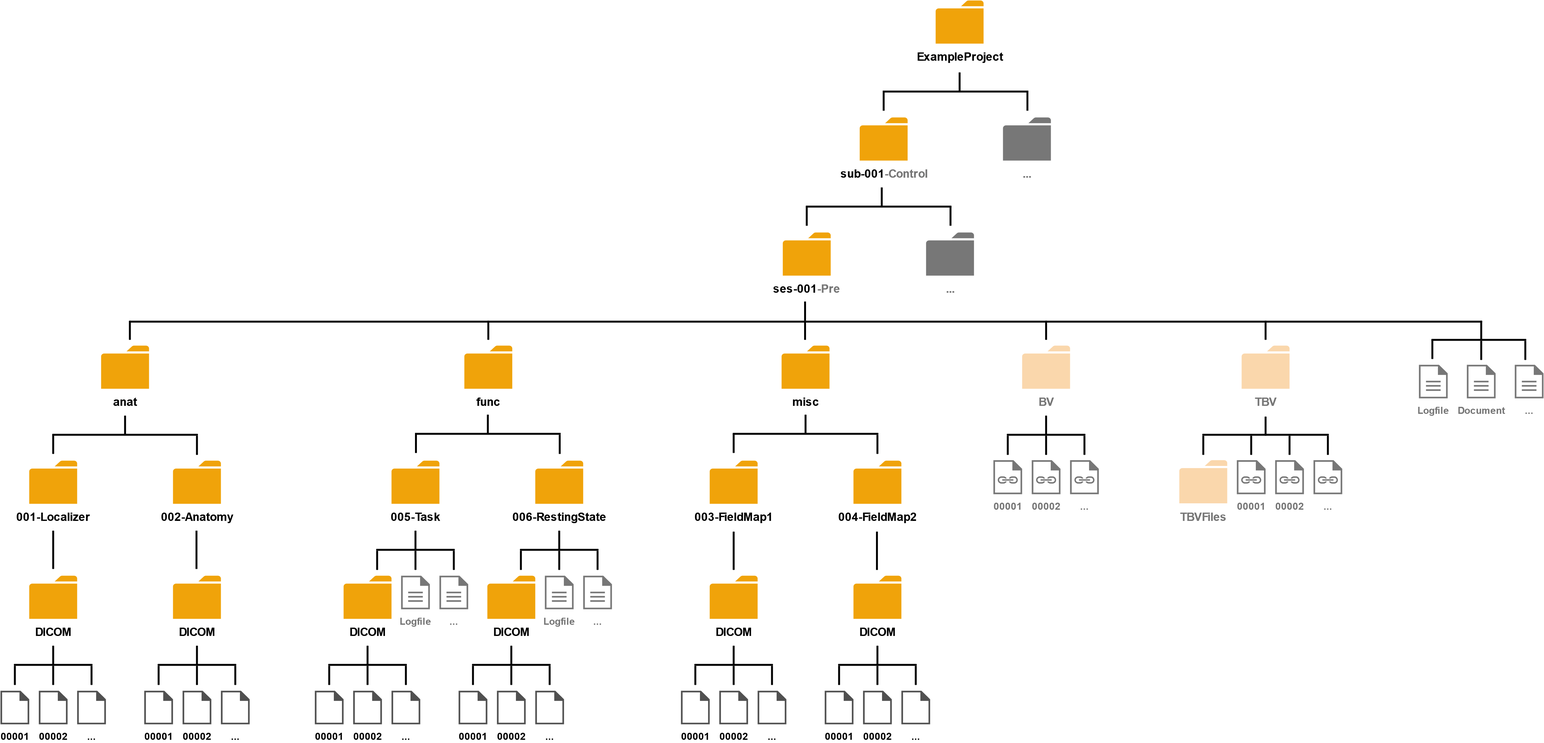
Earlier version of the draw.io export paper/ArchivingStructureExample.png (fladd/ScanSessionTool). Source tidied: cells renumbered, new cells last; positions are measured from the earlier drawing's top-left corner, leaving out a move shared by most shapes.
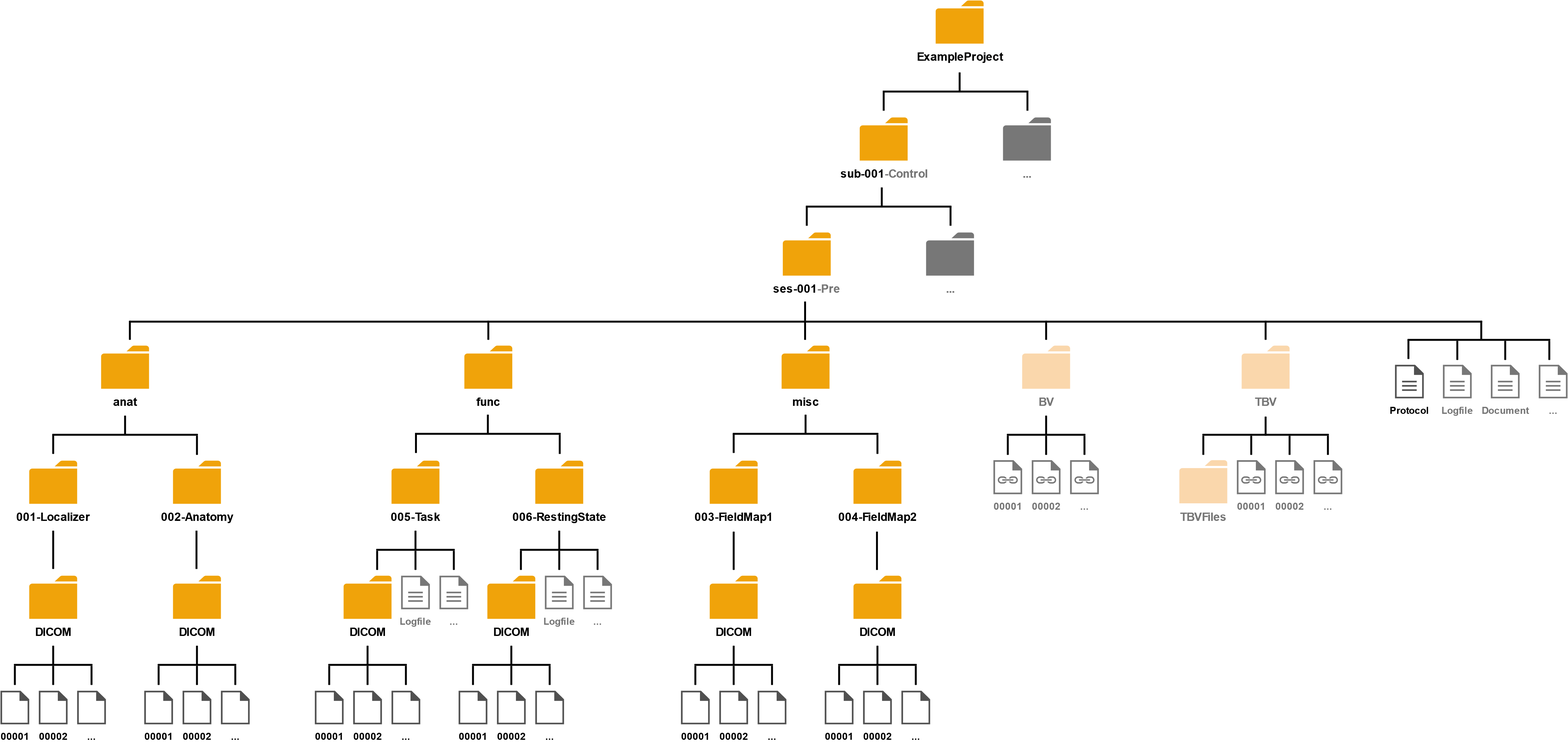
After the commit.

What changed in the source:
```diff
@@ -60,16 +60,16 @@
       <mxGeometry x="1315" y="334" width="10" height="20" as="geometry" />
     </mxCell>
     <mxCell id="21" style="line;strokeWidth=2;direction=south;html=1;fontSize=10;fontColor=#000000;fillColor=#F0DFA8;" parent="1" vertex="1">
-      <mxGeometry x="1540" y="355" width="10" height="20" as="geometry" />
+      <mxGeometry x="1565" y="355" width="10" height="20" as="geometry" />
     </mxCell>
     <mxCell id="22" style="line;strokeWidth=2;direction=south;html=1;fontSize=10;fontColor=#000000;fillColor=#F0DFA8;" parent="1" vertex="1">
-      <mxGeometry x="1586" y="355" width="10" height="20" as="geometry" />
+      <mxGeometry x="1611" y="355" width="10" height="20" as="geometry" />
     </mxCell>
     <mxCell id="23" style="line;strokeWidth=2;direction=south;html=1;fontSize=10;fontColor=#000000;fillColor=#F0DFA8;" parent="1" vertex="1">
-      <mxGeometry x="1489" y="354" width="10" height="20" as="geometry" />
+      <mxGeometry x="1464" y="354" width="10" height="20" as="geometry" />
     </mxCell>
     <mxCell id="24" style="line;strokeWidth=2;html=1;fontSize=10;fontColor=#000000;fillColor=#F0DFA8;" parent="1" vertex="1">
-      <mxGeometry x="1493" y="349" width="99" height="10" as="geometry" />
+      <mxGeometry x="1468" y="349" width="149" height="10" as="geometry" />
     </mxCell>
     <mxCell id="25" style="line;strokeWidth=2;direction=south;html=1;fontSize=10;fontColor=#000000;fillColor=#F0DFA8;" parent="1" vertex="1">
       <mxGeometry x="1540" y="334" width="10" height="20" as="geometry" />
@@ -383,14 +383,14 @@
     <mxCell id="128" value="&lt;b&gt;...&lt;/b&gt;" style="sketch=0;shadow=0;dashed=0;html=1;strokeColor=none;fillColor=#777777;labelPosition=center;verticalLabelPosition=bottom;verticalAlign=top;align=center;shape=mxgraph.office.concepts.moes;fontSize=10;fontColor=#777777;" parent="1" vertex="1">
       <mxGeometry x="1116" y="479.5" width="30" height="35.5" as="geometry" />
     </mxCell>
-    <mxCell id="129" value="&lt;font color=&quot;#777777&quot;&gt;&lt;b&gt;Logfile&lt;/b&gt;&lt;/font&gt;" style="sketch=0;shadow=0;dashed=0;html=1;strokeColor=none;fillColor=#777777;labelPosition=center;verticalLabelPosition=bottom;verticalAlign=top;align=center;shape=mxgraph.office.concepts.document;fontSize=10;fontColor=#000000;" parent="1" vertex="1">
-      <mxGeometry x="1480" y="380" width="30" height="35" as="geometry" />
+    <mxCell id="129" value="&lt;b&gt;Protocol&lt;/b&gt;" style="sketch=0;shadow=0;dashed=0;html=1;strokeColor=none;fillColor=#505050;labelPosition=center;verticalLabelPosition=bottom;verticalAlign=top;align=center;shape=mxgraph.office.concepts.document;fontSize=10;fontColor=#000000;" parent="1" vertex="1">
+      <mxGeometry x="1455" y="380" width="30" height="35" as="geometry" />
     </mxCell>
-    <mxCell id="130" value="&lt;font color=&quot;#777777&quot;&gt;&lt;b&gt;Document&lt;/b&gt;&lt;/font&gt;" style="sketch=0;shadow=0;dashed=0;html=1;strokeColor=none;fillColor=#777777;labelPosition=center;verticalLabelPosition=bottom;verticalAlign=top;align=center;shape=mxgraph.office.concepts.document;fontSize=10;fontColor=#000000;" parent="1" vertex="1">
-      <mxGeometry x="1530" y="380" width="30" height="35" as="geometry" />
+    <mxCell id="130" value="&lt;font color=&quot;#777777&quot;&gt;&lt;b&gt;Logfile&lt;/b&gt;&lt;/font&gt;" style="sketch=0;shadow=0;dashed=0;html=1;strokeColor=none;fillColor=#777777;labelPosition=center;verticalLabelPosition=bottom;verticalAlign=top;align=center;shape=mxgraph.office.concepts.document;fontSize=10;fontColor=#000000;" parent="1" vertex="1">
+      <mxGeometry x="1505" y="380" width="30" height="35" as="geometry" />
     </mxCell>
-    <mxCell id="131" value="&lt;font color=&quot;#777777&quot;&gt;&lt;b&gt;...&lt;/b&gt;&lt;/font&gt;" style="sketch=0;shadow=0;dashed=0;html=1;strokeColor=none;fillColor=#777777;labelPosition=center;verticalLabelPosition=bottom;verticalAlign=top;align=center;shape=mxgraph.office.concepts.document;fontSize=10;fontColor=#000000;" parent="1" vertex="1">
-      <mxGeometry x="1580" y="380" width="30" height="35" as="geometry" />
+    <mxCell id="131" value="&lt;font color=&quot;#777777&quot;&gt;&lt;b&gt;Document&lt;/b&gt;&lt;/font&gt;" style="sketch=0;shadow=0;dashed=0;html=1;strokeColor=none;fillColor=#777777;labelPosition=center;verticalLabelPosition=bottom;verticalAlign=top;align=center;shape=mxgraph.office.concepts.document;fontSize=10;fontColor=#000000;" parent="1" vertex="1">
+      <mxGeometry x="1555" y="380" width="30" height="35" as="geometry" />
     </mxCell>
     <mxCell id="132" value="&lt;font color=&quot;#777777&quot;&gt;&lt;b&gt;TBV&lt;/b&gt;&lt;/font&gt;" style="sketch=0;shadow=0;dashed=0;html=1;strokeColor=none;labelPosition=center;verticalLabelPosition=bottom;verticalAlign=top;align=center;shape=mxgraph.office.concepts.folder;fillColor=#fad7ac;" parent="1" vertex="1">
       <mxGeometry x="1295" y="360" width="50" height="45" as="geometry" />
@@ -425,5 +425,11 @@
     <mxCell id="142" style="line;strokeWidth=2;direction=south;html=1;fontSize=10;fontColor=#000000;fillColor=#F0DFA8;" parent="1" vertex="1">
       <mxGeometry x="1250" y="454" width="10" height="20" as="geometry" />
     </mxCell>
+    <mxCell id="143" value="&lt;font color=&quot;#777777&quot;&gt;&lt;b&gt;...&lt;/b&gt;&lt;/font&gt;" style="sketch=0;shadow=0;dashed=0;html=1;strokeColor=none;fillColor=#777777;labelPosition=center;verticalLabelPosition=bottom;verticalAlign=top;align=center;shape=mxgraph.office.concepts.document;fontSize=10;fontColor=#000000;" parent="1" vertex="1">
+      <mxGeometry x="1605" y="380" width="30" height="35" as="geometry" />
+    </mxCell>
+    <mxCell id="144" style="line;strokeWidth=2;direction=south;html=1;fontSize=10;fontColor=#000000;fillColor=#F0DFA8;" parent="1" vertex="1">
+      <mxGeometry x="1515" y="355" width="10" height="20" as="geometry" />
+    </mxCell>
   </root>
 </mxGraphModel>
```
